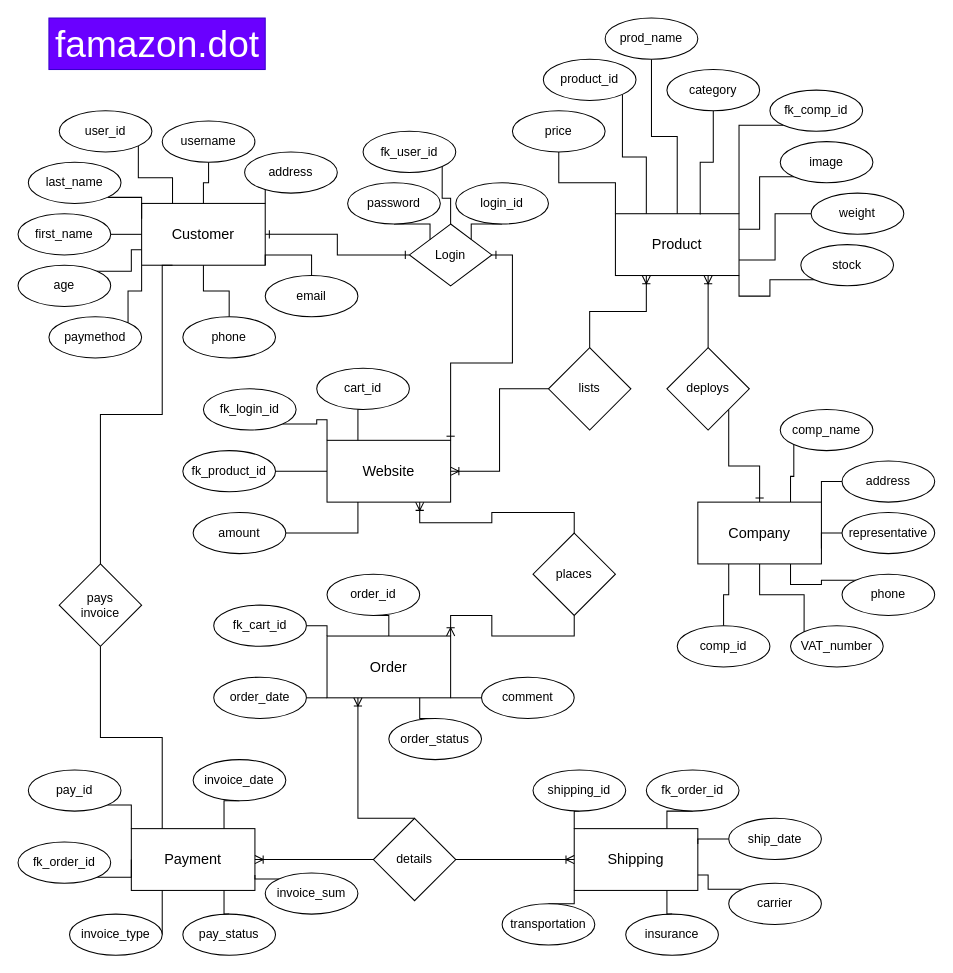
This is famazon_db_development/step2_db_ER-diagram.drawio from Senimtra/CF-CodeReview-09, a draw.io file, before an edit. Source tidied: cells renumbered, new cells numbered last; positions are measured from the earlier drawing's top-left corner, leaving out a move shared by most shapes. Both pictures are drawn from the tidied source at 103%, with x=0, y=0 at pixel (18, 18).
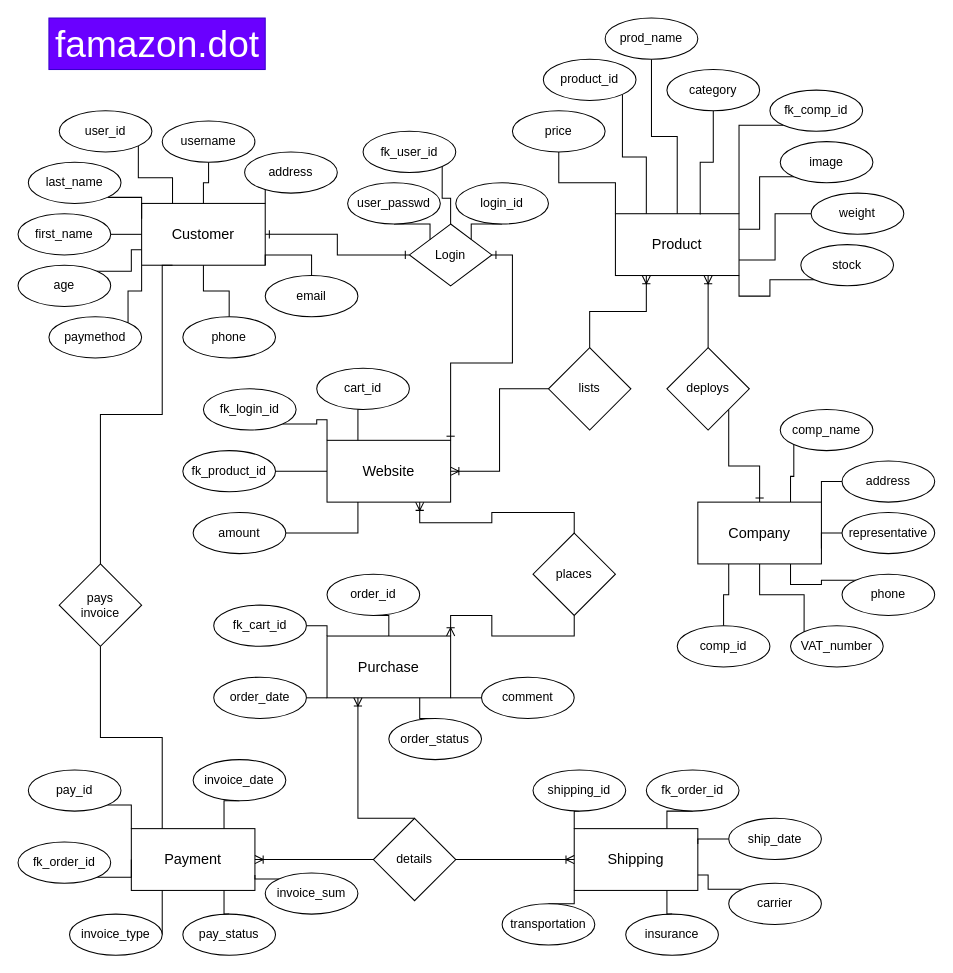
Above is the later version.

Change to the diagram source:
```diff
@@
-    <mxCell id="72" value="password" style="ellipse;whiteSpace=wrap;html=1;" parent="1" vertex="1">
+    <mxCell id="72" value="user_passwd" style="ellipse;whiteSpace=wrap;html=1;" parent="1" vertex="1">
       <mxGeometry x="320" y="160" width="90" height="40" as="geometry" />
     </mxCell>
@@
-    <mxCell id="79" value="&lt;font style=&quot;font-size: 14px&quot;&gt;Order&lt;/font&gt;" style="rounded=0;whiteSpace=wrap;html=1;" parent="1" vertex="1">
+    <mxCell id="79" value="&lt;font style=&quot;font-size: 14px&quot;&gt;Purchase&lt;/font&gt;" style="rounded=0;whiteSpace=wrap;html=1;" parent="1" vertex="1">
       <mxGeometry x="300" y="600" width="120" height="60" as="geometry" />
     </mxCell>
```
